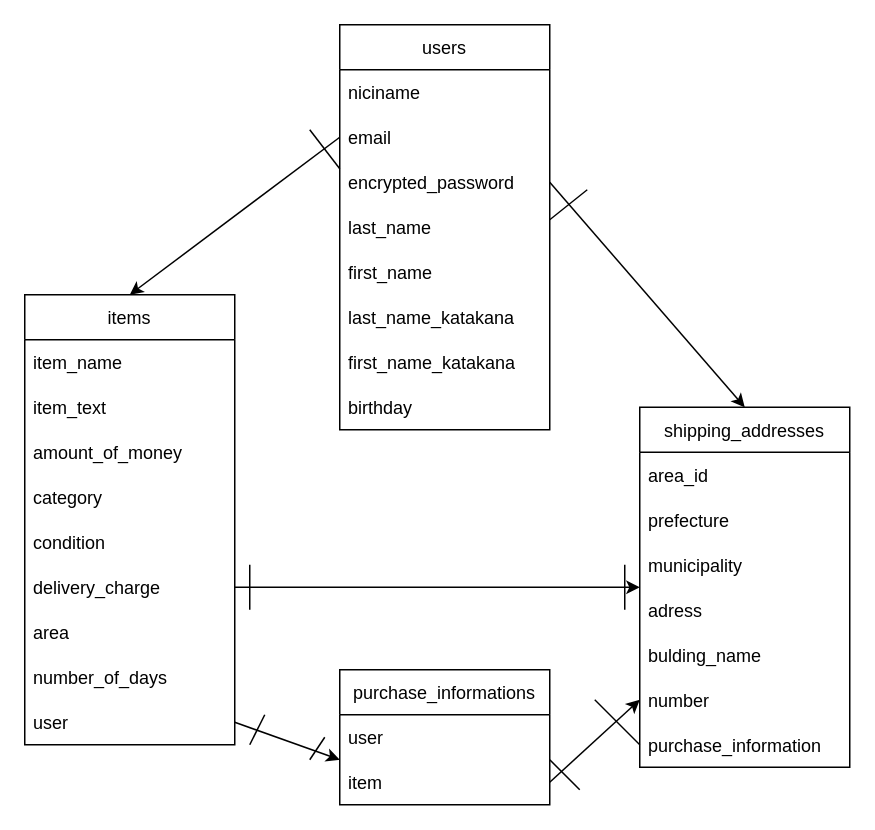
TKIN10/furima-38870 keeps this draw.io diagram as furima.dio. Above is the earlier version. Source tidied: cells renumbered, new cells numbered last; positions are measured from the earlier drawing's top-left corner, leaving out a move shared by most shapes. Both pictures are drawn from the tidied source at 150%, with x=0, y=0 at pixel (24, 24).
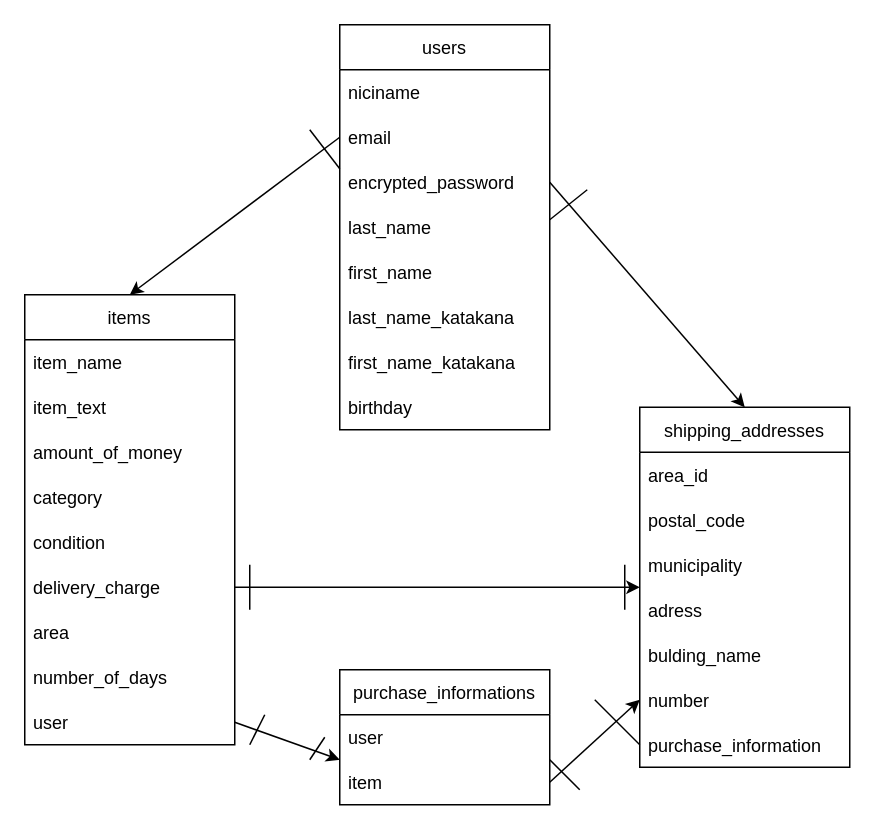
The same page after the edit.

The change refers to these unchanged cells:
```xml
<mxCell id="24" value="shipping_addresses" style="swimlane;fontStyle=0;horizontal=1;startSize=30;" parent="1" vertex="1">
  <mxGeometry x="410" y="255" width="140" height="240" as="geometry" />
</mxCell>
```

The edit, as a diff of the source:
```diff
@@
-    <mxCell id="26" value="prefecture" style="text;strokeColor=none;fillColor=none;align=left;verticalAlign=middle;spacingLeft=4;spacingRight=4;overflow=hidden;" parent="24" vertex="1">
+    <mxCell id="26" value="postal_code" style="text;strokeColor=none;fillColor=none;align=left;verticalAlign=middle;spacingLeft=4;spacingRight=4;overflow=hidden;" parent="24" vertex="1">
       <mxGeometry y="60" width="140" height="30" as="geometry" />
     </mxCell>
```
